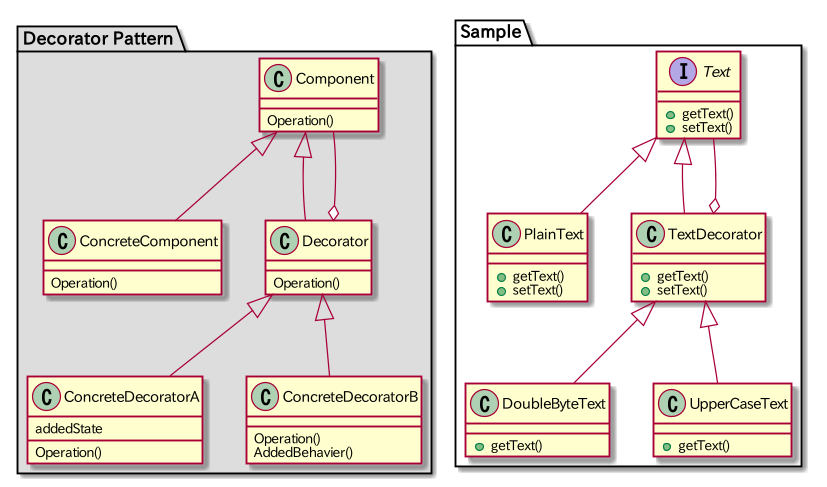
The PlantUML diagram Decorator/Decorator_class_dia.png in kenjis/PhpDesignPattern, before a commit. Its diagram source:
```plantuml
@startuml
package "Decorator Pattern" #DDDDDD {
  class Component {
    Operation()
  }

  class ConcreteComponent {
    Operation()
  }

  class Decorator {
    Operation()
  }

  Component <|-- ConcreteComponent
  Component <|-- Decorator

  Decorator o-- Component

  class ConcreteDecoratorA {
    addedState
    Operation()
  }

  class ConcreteDecoratorB {
    Operation()
    AddedBehavier()
  }

  Decorator <|-- ConcreteDecoratorA
  Decorator <|-- ConcreteDecoratorB
}

package "Sample" {
  Interface Text {
    +getText()
    +setText()
  }

  class PlainText {
    +getText()
    +setText()
  }

  class TextDecorator {
    +getText()
    +setText()
  }

  Text <|-- PlainText
  Text <|-- TextDecorator

  TextDecorator o-- Text

  class DoubleByteText {
    +getText()
  }

  class UpperCaseText {
    +getText()
  }

  TextDecorator <|-- DoubleByteText
  TextDecorator <|-- UpperCaseText
}

@enduml
```
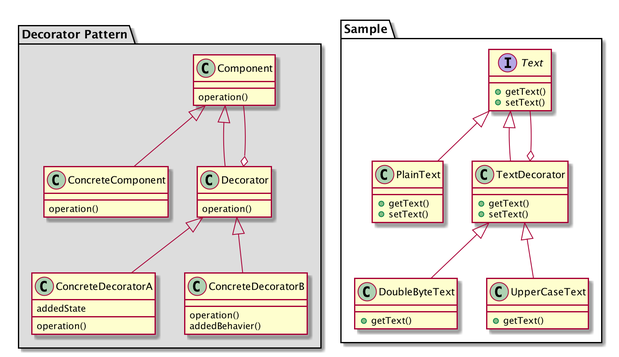
After the change.

What changed in the source:
```diff
@@ -1,15 +1,16 @@
 @startuml
+
 package "Decorator Pattern" #DDDDDD {
   class Component {
-    Operation()
+    operation()
   }
 
   class ConcreteComponent {
-    Operation()
+    operation()
   }
 
   class Decorator {
-    Operation()
+    operation()
   }
 
   Component <|-- ConcreteComponent
@@ -19,12 +20,12 @@
 
   class ConcreteDecoratorA {
     addedState
-    Operation()
+    operation()
   }
 
   class ConcreteDecoratorB {
-    Operation()
-    AddedBehavier()
+    operation()
+    addedBehavier()
   }
 
   Decorator <|-- ConcreteDecoratorA
@@ -32,7 +33,7 @@
 }
 
 package "Sample" {
-  Interface Text {
+  interface Text {
     +getText()
     +setText()
   }
```
